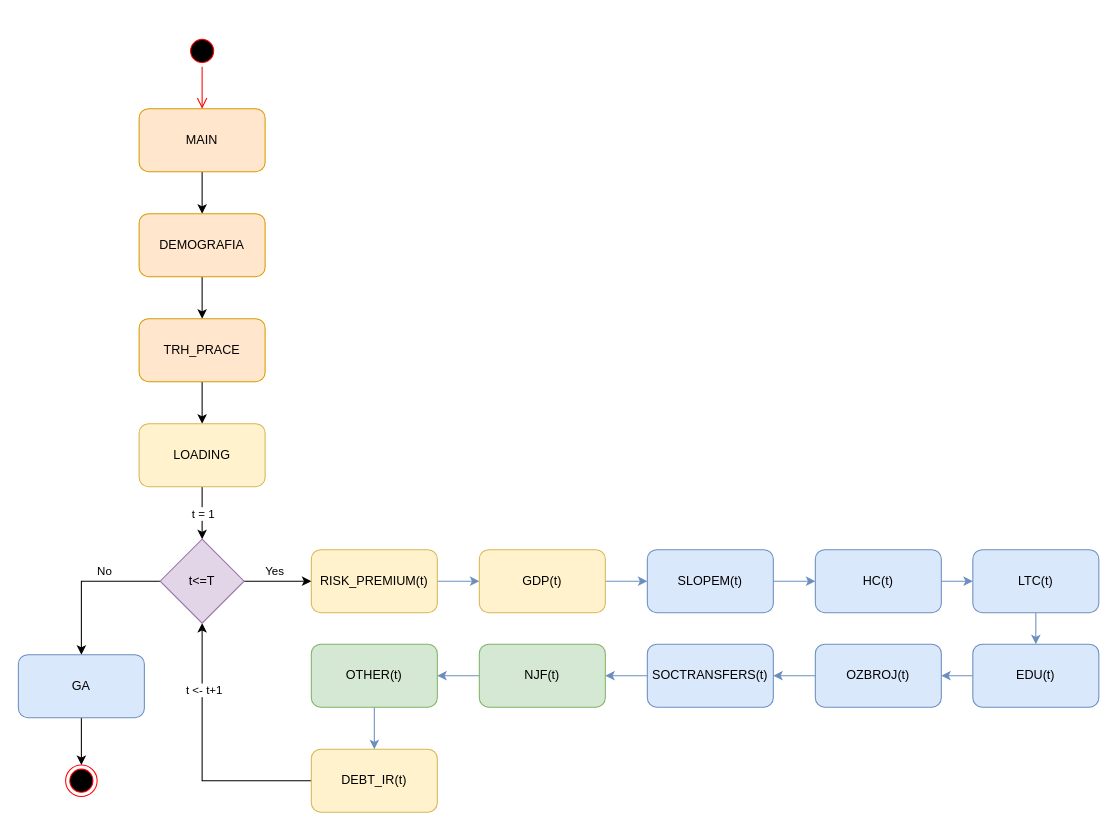
This is Untitled Diagram.drawio from zuzancek/schemes, a draw.io file, before an edit. Source tidied: cells renumbered, new cells numbered last; positions are measured from the earlier drawing's top-left corner, leaving out a move shared by most shapes. Both pictures are drawn from the tidied source at 105%, with x=0, y=0 at pixel (18, 35).
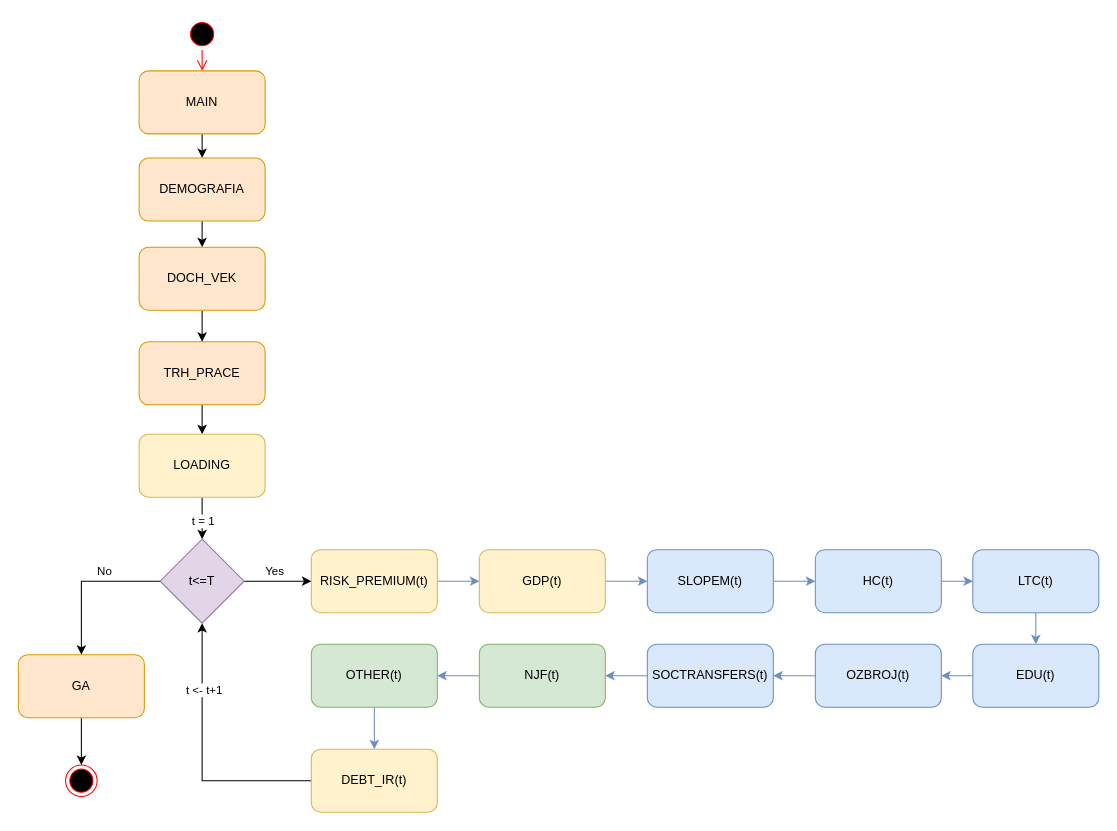
Above is the later version.

Commit message:
schema_UDU

Change to the diagram source:
```diff
@@
     <mxCell id="10" value="MAIN" style="rounded=1;whiteSpace=wrap;html=1;fillColor=#ffe6cc;strokeColor=#d79b00;" parent="1" vertex="1">
-      <mxGeometry x="115" y="70" width="120" height="60" as="geometry" />
+      <mxGeometry x="115" y="34" width="120" height="60" as="geometry" />
     </mxCell>
-    <mxCell id="11" style="edgeStyle=orthogonalEdgeStyle;rounded=0;jettySize=auto;html=1;entryX=0.5;entryY=0;entryDx=0;entryDy=0;" parent="1" edge="1" source="12" target="14">
-      <mxGeometry relative="1" as="geometry" />
-    </mxCell>
+    <mxCell id="44" style="edgeStyle=orthogonalEdgeStyle;rounded=0;jettySize=auto;html=1;" parent="1" edge="1" source="12" target="46">
+      <mxGeometry relative="1" as="geometry" />
+    </mxCell>
     <mxCell id="12" value="DEMOGRAFIA" style="rounded=1;whiteSpace=wrap;html=1;fillColor=#ffe6cc;strokeColor=#d79b00;" parent="1" vertex="1">
-      <mxGeometry x="115" y="170" width="120" height="60" as="geometry" />
+      <mxGeometry x="115" y="117" width="120" height="60" as="geometry" />
     </mxCell>
@@
     <mxCell id="14" value="TRH_PRACE" style="rounded=1;whiteSpace=wrap;html=1;fillColor=#ffe6cc;strokeColor=#d79b00;" parent="1" vertex="1">
-      <mxGeometry x="115" y="270" width="120" height="60" as="geometry" />
+      <mxGeometry x="115" y="292" width="120" height="60" as="geometry" />
     </mxCell>
@@
     <mxCell id="17" value="LOADING" style="rounded=1;whiteSpace=wrap;html=1;fillColor=#fff2cc;strokeColor=#d6b656;" parent="1" vertex="1">
-      <mxGeometry x="115" y="370" width="120" height="60" as="geometry" />
+      <mxGeometry x="115" y="380" width="120" height="60" as="geometry" />
     </mxCell>
@@
-    <mxCell id="41" value="GA" style="rounded=1;whiteSpace=wrap;html=1;fillColor=#dae8fc;strokeColor=#6c8ebf;" parent="1" vertex="1">
+    <mxCell id="41" value="GA" style="rounded=1;whiteSpace=wrap;html=1;fillColor=#ffe6cc;strokeColor=#d79b00;" parent="1" vertex="1">
       <mxGeometry y="590" width="120" height="60" as="geometry" />
     </mxCell>
     <mxCell id="42" style="ellipse;html=1;shape=startState;fillColor=#000000;strokeColor=#ff0000;" parent="1" vertex="1">
-      <mxGeometry x="160" width="30" height="30" as="geometry" />
+      <mxGeometry x="160" y="-16" width="30" height="30" as="geometry" />
     </mxCell>
     <mxCell id="43" style="edgeStyle=orthogonalEdgeStyle;html=1;verticalAlign=bottom;endArrow=open;endSize=8;strokeColor=#ff0000;rounded=0;entryX=0.5;entryY=0;entryDx=0;entryDy=0;" parent="1" edge="1" source="42" target="10">
       <mxGeometry relative="1" as="geometry">
         <Array as="points">
-          <mxPoint x="175" y="40" />
-          <mxPoint x="175" y="40" />
+          <mxPoint x="175" y="24" />
+          <mxPoint x="175" y="24" />
         </Array>
       </mxGeometry>
     </mxCell>
+    <mxCell id="45" style="edgeStyle=orthogonalEdgeStyle;rounded=0;jettySize=auto;html=1;" parent="1" edge="1" source="46" target="14">
+      <mxGeometry relative="1" as="geometry" />
+    </mxCell>
+    <mxCell id="46" value="DOCH_VEK" style="rounded=1;whiteSpace=wrap;html=1;fillColor=#ffe6cc;strokeColor=#d79b00;" parent="1" vertex="1">
+      <mxGeometry x="115" y="202" width="120" height="60" as="geometry" />
+    </mxCell>
```
